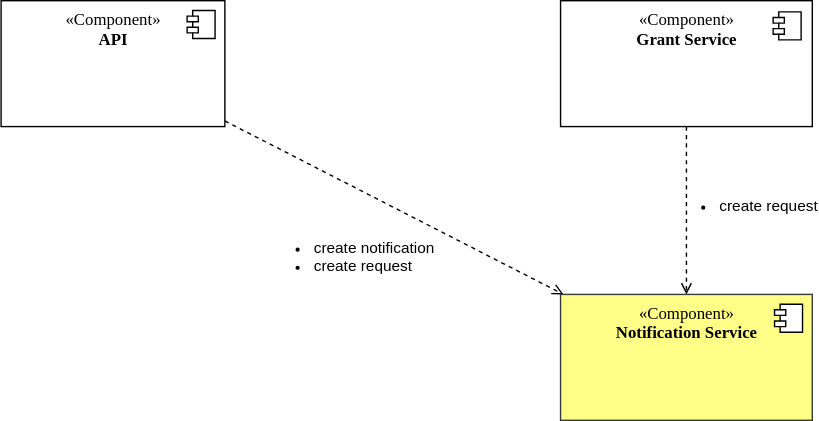
Above: docs/Realisierung/Architekturkonzept/images/diagram_component-notification-service.svg in Fraunhofer-IESE/Daccord (draw.io), before the change. Source tidied: cells renumbered, new cells last; positions are measured from the earlier drawing's top-left corner, leaving out a move shared by most shapes.
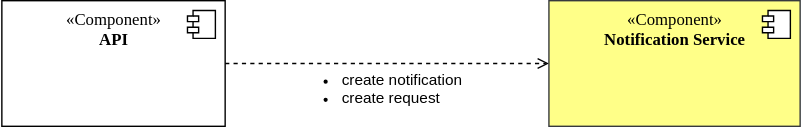
After the commit.

What changed in the source:
```diff
@@ -2,8 +2,8 @@
   <root>
     <mxCell id="0" />
     <mxCell id="1" parent="0" />
-    <mxCell id="2" value="&lt;br&gt;&lt;ul style=&quot;forced-color-adjust: none; color: rgb(0, 0, 0); font-family: Helvetica; font-size: 11px; font-style: normal; font-variant-ligatures: normal; font-variant-caps: normal; font-weight: 400; letter-spacing: normal; orphans: 2; text-align: left; text-indent: 0px; text-transform: none; widows: 2; word-spacing: 0px; -webkit-text-stroke-width: 0px; white-space: nowrap; text-decoration-thickness: initial; text-decoration-style: initial; text-decoration-color: initial;&quot;&gt;&lt;li style=&quot;forced-color-adjust: none;&quot;&gt;create notification&lt;/li&gt;&lt;li style=&quot;forced-color-adjust: none;&quot;&gt;create request&lt;/li&gt;&lt;/ul&gt;" style="edgeStyle=none;shape=connector;rounded=0;jettySize=auto;html=1;dashed=1;strokeColor=default;align=left;verticalAlign=top;fontFamily=Helvetica;fontSize=11;fontColor=default;labelBackgroundColor=none;endArrow=open;endFill=0;" parent="1" edge="1" source="3" target="8">
-      <mxGeometry x="-0.68" y="-38" relative="1" as="geometry" />
+    <mxCell id="2" value="&lt;br&gt;&lt;ul style=&quot;forced-color-adjust: none; color: rgb(0, 0, 0); font-family: Helvetica; font-size: 11px; font-style: normal; font-variant-ligatures: normal; font-variant-caps: normal; font-weight: 400; letter-spacing: normal; orphans: 2; text-align: left; text-indent: 0px; text-transform: none; widows: 2; word-spacing: 0px; -webkit-text-stroke-width: 0px; white-space: nowrap; text-decoration-thickness: initial; text-decoration-style: initial; text-decoration-color: initial;&quot;&gt;&lt;li style=&quot;forced-color-adjust: none;&quot;&gt;create notification&lt;/li&gt;&lt;li style=&quot;forced-color-adjust: none;&quot;&gt;create request&lt;/li&gt;&lt;/ul&gt;" style="edgeStyle=none;shape=connector;rounded=0;jettySize=auto;html=1;dashed=1;strokeColor=default;align=left;verticalAlign=top;fontFamily=Helvetica;fontSize=11;fontColor=default;labelBackgroundColor=none;endArrow=open;endFill=0;" parent="1" edge="1" source="3" target="5">
+      <mxGeometry x="-0.64" y="25" relative="1" as="geometry" />
     </mxCell>
     <mxCell id="3" value="&lt;font&gt;«Component»&lt;br&gt;&lt;b&gt;API&lt;/b&gt;&lt;/font&gt;" style="html=1;verticalAlign=top;fontFamily=Verdana;" parent="1" vertex="1">
       <mxGeometry width="160" height="90" as="geometry" />
@@ -13,24 +13,13 @@
         <mxPoint x="-27" y="7" as="offset" />
       </mxGeometry>
     </mxCell>
-    <mxCell id="5" value="&lt;br&gt;&lt;ul style=&quot;forced-color-adjust: none; color: rgb(0, 0, 0); font-family: Helvetica; font-size: 11px; font-style: normal; font-variant-ligatures: normal; font-variant-caps: normal; font-weight: 400; letter-spacing: normal; orphans: 2; text-align: left; text-indent: 0px; text-transform: none; widows: 2; word-spacing: 0px; -webkit-text-stroke-width: 0px; white-space: nowrap; text-decoration-thickness: initial; text-decoration-style: initial; text-decoration-color: initial;&quot;&gt;&lt;li style=&quot;forced-color-adjust: none;&quot;&gt;&lt;span style=&quot;background-color: initial;&quot;&gt;create request&lt;/span&gt;&lt;br&gt;&lt;/li&gt;&lt;/ul&gt;" style="edgeStyle=none;shape=connector;rounded=0;jettySize=auto;html=1;dashed=1;strokeColor=default;align=left;verticalAlign=top;fontFamily=Helvetica;fontSize=11;fontColor=default;labelBackgroundColor=none;endArrow=open;endFill=0;" parent="1" edge="1" source="6" target="8">
-      <mxGeometry x="-0.67" y="-18" relative="1" as="geometry" />
+    <mxCell id="5" value="&lt;font&gt;«Component»&lt;br&gt;&lt;b&gt;Notification Service&lt;/b&gt;&lt;/font&gt;" style="html=1;verticalAlign=top;fillColor=#ffff88;fontFamily=Verdana;strokeColor=#36393d;" parent="1" vertex="1">
+      <mxGeometry x="392" width="180" height="90" as="geometry" />
     </mxCell>
-    <mxCell id="6" value="&lt;font&gt;«Component»&lt;br&gt;&lt;b&gt;Grant Service&lt;/b&gt;&lt;/font&gt;" style="html=1;verticalAlign=top;fontFamily=Verdana;" parent="1" vertex="1">
-      <mxGeometry x="400" width="180" height="90" as="geometry" />
+    <mxCell id="6" style="shape=component;jettyWidth=8;jettyHeight=4;fontFamily=Verdana;" parent="5" vertex="1">
+      <mxGeometry x="1" width="20" height="20" relative="1" as="geometry">
+        <mxPoint x="-27" y="7" as="offset" />
+      </mxGeometry>
     </mxCell>
-    <mxCell id="7" style="shape=component;jettyWidth=8;jettyHeight=4;fontFamily=Verdana;" parent="6" vertex="1">
-      <mxGeometry x="1" width="20" height="20" relative="1" as="geometry">
-        <mxPoint x="-28" y="8" as="offset" />
-      </mxGeometry>
-    </mxCell>
-    <mxCell id="8" value="&lt;font&gt;«Component»&lt;br&gt;&lt;b&gt;Notification Service&lt;/b&gt;&lt;/font&gt;" style="html=1;verticalAlign=top;fillColor=#ffff88;fontFamily=Verdana;strokeColor=#36393d;" parent="1" vertex="1">
-      <mxGeometry x="400" y="210" width="180" height="90" as="geometry" />
-    </mxCell>
-    <mxCell id="9" style="shape=component;jettyWidth=8;jettyHeight=4;fontFamily=Verdana;" parent="8" vertex="1">
-      <mxGeometry x="1" width="20" height="20" relative="1" as="geometry">
-        <mxPoint x="-27" y="7" as="offset" />
-      </mxGeometry>
-    </mxCell>
   </root>
 </mxGraphModel>
```
